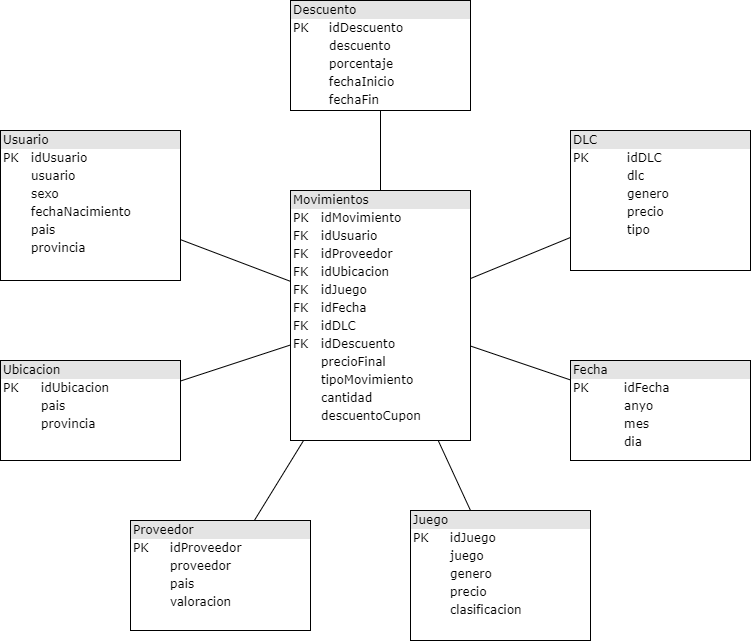
Above: Diagramas/BBDD estrella.png in alberto402/StumForYou (draw.io), before the change. Source tidied: cells renumbered, new cells last; positions are measured from the earlier drawing's top-left corner, leaving out a move shared by most shapes.
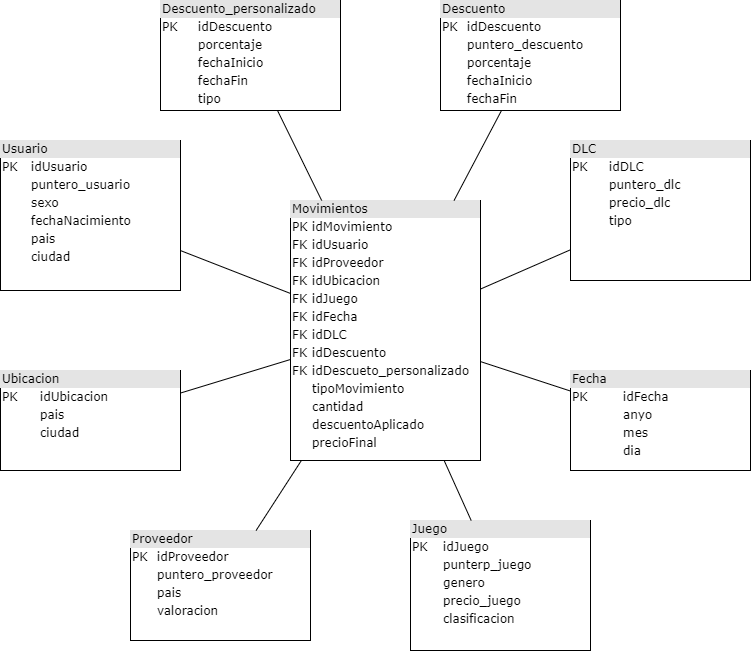
Above is the later version.

Commit message:
Diagrama estrella actualizado

The edit, as a diff of the source:
```diff
@@ -2,28 +2,28 @@
   <root>
     <mxCell id="0" />
     <mxCell id="1" parent="0" />
-    <mxCell id="2" value="&lt;div style=&quot;box-sizing: border-box ; width: 100% ; background: #e4e4e4 ; padding: 2px&quot;&gt;Usuario&lt;/div&gt;&lt;table style=&quot;width: 100% ; font-size: 1em&quot; cellpadding=&quot;2&quot; cellspacing=&quot;0&quot;&gt;&lt;tbody&gt;&lt;tr&gt;&lt;td&gt;PK&lt;/td&gt;&lt;td&gt;idUsuario&lt;/td&gt;&lt;/tr&gt;&lt;tr&gt;&lt;td&gt;&lt;/td&gt;&lt;td&gt;usuario&lt;/td&gt;&lt;/tr&gt;&lt;tr&gt;&lt;td&gt;&lt;br&gt;&lt;/td&gt;&lt;td&gt;sexo&lt;/td&gt;&lt;/tr&gt;&lt;tr&gt;&lt;td&gt;&lt;br&gt;&lt;/td&gt;&lt;td&gt;fechaNacimiento&lt;/td&gt;&lt;/tr&gt;&lt;tr&gt;&lt;td&gt;&lt;br&gt;&lt;/td&gt;&lt;td&gt;pais&lt;/td&gt;&lt;/tr&gt;&lt;tr&gt;&lt;td&gt;&lt;br&gt;&lt;/td&gt;&lt;td&gt;provincia&lt;/td&gt;&lt;/tr&gt;&lt;/tbody&gt;&lt;/table&gt;" style="verticalAlign=top;align=left;overflow=fill;html=1;rounded=0;shadow=0;comic=0;labelBackgroundColor=none;strokeWidth=1;fontFamily=Verdana;fontSize=12;" parent="1" vertex="1">
+    <mxCell id="2" value="&lt;div style=&quot;box-sizing: border-box ; width: 100% ; background: #e4e4e4 ; padding: 2px&quot;&gt;Usuario&lt;/div&gt;&lt;table style=&quot;width: 100% ; font-size: 1em&quot; cellpadding=&quot;2&quot; cellspacing=&quot;0&quot;&gt;&lt;tbody&gt;&lt;tr&gt;&lt;td&gt;PK&lt;/td&gt;&lt;td&gt;idUsuario&lt;/td&gt;&lt;/tr&gt;&lt;tr&gt;&lt;td&gt;&lt;/td&gt;&lt;td&gt;puntero_usuario&lt;/td&gt;&lt;/tr&gt;&lt;tr&gt;&lt;td&gt;&lt;br&gt;&lt;/td&gt;&lt;td&gt;sexo&lt;/td&gt;&lt;/tr&gt;&lt;tr&gt;&lt;td&gt;&lt;br&gt;&lt;/td&gt;&lt;td&gt;fechaNacimiento&lt;/td&gt;&lt;/tr&gt;&lt;tr&gt;&lt;td&gt;&lt;br&gt;&lt;/td&gt;&lt;td&gt;pais&lt;/td&gt;&lt;/tr&gt;&lt;tr&gt;&lt;td&gt;&lt;br&gt;&lt;/td&gt;&lt;td&gt;ciudad&lt;/td&gt;&lt;/tr&gt;&lt;/tbody&gt;&lt;/table&gt;" style="verticalAlign=top;align=left;overflow=fill;html=1;rounded=0;shadow=0;comic=0;labelBackgroundColor=none;strokeWidth=1;fontFamily=Verdana;fontSize=12;" parent="1" vertex="1">
       <mxGeometry y="130" width="180" height="150" as="geometry" />
     </mxCell>
-    <mxCell id="3" value="&lt;div style=&quot;box-sizing: border-box ; width: 100% ; background: #e4e4e4 ; padding: 2px&quot;&gt;Juego&lt;/div&gt;&lt;table style=&quot;width: 100% ; font-size: 1em&quot; cellpadding=&quot;2&quot; cellspacing=&quot;0&quot;&gt;&lt;tbody&gt;&lt;tr&gt;&lt;td&gt;PK&lt;/td&gt;&lt;td&gt;idJuego&lt;/td&gt;&lt;/tr&gt;&lt;tr&gt;&lt;td&gt;&lt;br&gt;&lt;/td&gt;&lt;td&gt;juego&lt;/td&gt;&lt;/tr&gt;&lt;tr&gt;&lt;td&gt;&lt;/td&gt;&lt;td&gt;genero&lt;/td&gt;&lt;/tr&gt;&lt;tr&gt;&lt;td&gt;&lt;br&gt;&lt;/td&gt;&lt;td&gt;precio&lt;/td&gt;&lt;/tr&gt;&lt;tr&gt;&lt;td&gt;&lt;br&gt;&lt;/td&gt;&lt;td&gt;clasificacion&lt;/td&gt;&lt;/tr&gt;&lt;tr&gt;&lt;td&gt;&lt;br&gt;&lt;/td&gt;&lt;td&gt;&lt;br&gt;&lt;/td&gt;&lt;/tr&gt;&lt;/tbody&gt;&lt;/table&gt;" style="verticalAlign=top;align=left;overflow=fill;html=1;rounded=0;shadow=0;comic=0;labelBackgroundColor=none;strokeWidth=1;fontFamily=Verdana;fontSize=12;" parent="1" vertex="1">
+    <mxCell id="3" value="&lt;div style=&quot;box-sizing: border-box ; width: 100% ; background: #e4e4e4 ; padding: 2px&quot;&gt;Juego&lt;/div&gt;&lt;table style=&quot;width: 100% ; font-size: 1em&quot; cellpadding=&quot;2&quot; cellspacing=&quot;0&quot;&gt;&lt;tbody&gt;&lt;tr&gt;&lt;td&gt;PK&lt;/td&gt;&lt;td&gt;idJuego&lt;/td&gt;&lt;/tr&gt;&lt;tr&gt;&lt;td&gt;&lt;br&gt;&lt;/td&gt;&lt;td&gt;punterp_juego&lt;/td&gt;&lt;/tr&gt;&lt;tr&gt;&lt;td&gt;&lt;/td&gt;&lt;td&gt;genero&lt;/td&gt;&lt;/tr&gt;&lt;tr&gt;&lt;td&gt;&lt;br&gt;&lt;/td&gt;&lt;td&gt;precio_juego&lt;/td&gt;&lt;/tr&gt;&lt;tr&gt;&lt;td&gt;&lt;br&gt;&lt;/td&gt;&lt;td&gt;clasificacion&lt;/td&gt;&lt;/tr&gt;&lt;tr&gt;&lt;td&gt;&lt;br&gt;&lt;/td&gt;&lt;td&gt;&lt;br&gt;&lt;/td&gt;&lt;/tr&gt;&lt;/tbody&gt;&lt;/table&gt;" style="verticalAlign=top;align=left;overflow=fill;html=1;rounded=0;shadow=0;comic=0;labelBackgroundColor=none;strokeWidth=1;fontFamily=Verdana;fontSize=12;" parent="1" vertex="1">
       <mxGeometry x="410" y="510" width="180" height="130" as="geometry" />
     </mxCell>
-    <mxCell id="4" value="&lt;div style=&quot;box-sizing: border-box ; width: 100% ; background: #e4e4e4 ; padding: 2px&quot;&gt;Proveedor&lt;/div&gt;&lt;table style=&quot;width: 100% ; font-size: 1em&quot; cellpadding=&quot;2&quot; cellspacing=&quot;0&quot;&gt;&lt;tbody&gt;&lt;tr&gt;&lt;td&gt;PK&lt;/td&gt;&lt;td&gt;idProveedor&lt;/td&gt;&lt;/tr&gt;&lt;tr&gt;&lt;td&gt;&lt;br&gt;&lt;/td&gt;&lt;td&gt;proveedor&lt;/td&gt;&lt;/tr&gt;&lt;tr&gt;&lt;td&gt;&lt;br&gt;&lt;/td&gt;&lt;td&gt;pais&lt;br&gt;&lt;/td&gt;&lt;/tr&gt;&lt;tr&gt;&lt;td&gt;&lt;/td&gt;&lt;td&gt;valoracion&lt;/td&gt;&lt;/tr&gt;&lt;/tbody&gt;&lt;/table&gt;" style="verticalAlign=top;align=left;overflow=fill;html=1;rounded=0;shadow=0;comic=0;labelBackgroundColor=none;strokeWidth=1;fontFamily=Verdana;fontSize=12;" parent="1" vertex="1">
+    <mxCell id="4" value="&lt;div style=&quot;box-sizing: border-box ; width: 100% ; background: #e4e4e4 ; padding: 2px&quot;&gt;Proveedor&lt;/div&gt;&lt;table style=&quot;width: 100% ; font-size: 1em&quot; cellpadding=&quot;2&quot; cellspacing=&quot;0&quot;&gt;&lt;tbody&gt;&lt;tr&gt;&lt;td&gt;PK&lt;/td&gt;&lt;td&gt;idProveedor&lt;/td&gt;&lt;/tr&gt;&lt;tr&gt;&lt;td&gt;&lt;br&gt;&lt;/td&gt;&lt;td&gt;puntero_proveedor&lt;/td&gt;&lt;/tr&gt;&lt;tr&gt;&lt;td&gt;&lt;br&gt;&lt;/td&gt;&lt;td&gt;pais&lt;br&gt;&lt;/td&gt;&lt;/tr&gt;&lt;tr&gt;&lt;td&gt;&lt;/td&gt;&lt;td&gt;valoracion&lt;/td&gt;&lt;/tr&gt;&lt;/tbody&gt;&lt;/table&gt;" style="verticalAlign=top;align=left;overflow=fill;html=1;rounded=0;shadow=0;comic=0;labelBackgroundColor=none;strokeWidth=1;fontFamily=Verdana;fontSize=12;" parent="1" vertex="1">
       <mxGeometry x="130" y="520" width="180" height="110" as="geometry" />
     </mxCell>
-    <mxCell id="5" value="&lt;div style=&quot;box-sizing: border-box ; width: 100% ; background: #e4e4e4 ; padding: 2px&quot;&gt;Movimientos&lt;/div&gt;&lt;table style=&quot;width: 100% ; font-size: 1em&quot; cellpadding=&quot;2&quot; cellspacing=&quot;0&quot;&gt;&lt;tbody&gt;&lt;tr&gt;&lt;td&gt;PK&lt;/td&gt;&lt;td&gt;idMovimiento&lt;/td&gt;&lt;/tr&gt;&lt;tr&gt;&lt;td&gt;FK&lt;/td&gt;&lt;td&gt;idUsuario&lt;br&gt;&lt;/td&gt;&lt;/tr&gt;&lt;tr&gt;&lt;td&gt;FK&lt;/td&gt;&lt;td&gt;idProveedor&lt;/td&gt;&lt;/tr&gt;&lt;tr&gt;&lt;td&gt;FK&lt;br&gt;&lt;/td&gt;&lt;td&gt;idUbicacion&lt;br&gt;&lt;/td&gt;&lt;/tr&gt;&lt;tr&gt;&lt;td&gt;FK&lt;br&gt;&lt;/td&gt;&lt;td&gt;idJuego&lt;br&gt;&lt;/td&gt;&lt;/tr&gt;&lt;tr&gt;&lt;td&gt;FK&lt;br&gt;&lt;/td&gt;&lt;td&gt;idFecha&lt;/td&gt;&lt;/tr&gt;&lt;tr&gt;&lt;td&gt;FK&lt;br&gt;&lt;/td&gt;&lt;td&gt;idDLC&lt;/td&gt;&lt;/tr&gt;&lt;tr&gt;&lt;td&gt;FK&lt;br&gt;&lt;/td&gt;&lt;td&gt;idDescuento&lt;/td&gt;&lt;/tr&gt;&lt;tr&gt;&lt;td&gt;&lt;br&gt;&lt;/td&gt;&lt;td&gt;precioFinal&lt;br&gt;&lt;/td&gt;&lt;/tr&gt;&lt;tr&gt;&lt;td&gt;&lt;br&gt;&lt;/td&gt;&lt;td&gt;tipoMovimiento&lt;/td&gt;&lt;/tr&gt;&lt;tr&gt;&lt;td&gt;&lt;br&gt;&lt;/td&gt;&lt;td&gt;cantidad&lt;/td&gt;&lt;/tr&gt;&lt;tr&gt;&lt;td&gt;&lt;br&gt;&lt;/td&gt;&lt;td&gt;descuentoCupon&lt;br&gt;&lt;/td&gt;&lt;/tr&gt;&lt;/tbody&gt;&lt;/table&gt;" style="verticalAlign=top;align=left;overflow=fill;html=1;rounded=0;shadow=0;comic=0;labelBackgroundColor=none;strokeWidth=1;fontFamily=Verdana;fontSize=12;" parent="1" vertex="1">
-      <mxGeometry x="290" y="190" width="180" height="250" as="geometry" />
+    <mxCell id="5" value="&lt;div style=&quot;box-sizing: border-box ; width: 100% ; background: #e4e4e4 ; padding: 2px&quot;&gt;Movimientos&lt;/div&gt;&lt;table style=&quot;width: 100% ; font-size: 1em&quot; cellpadding=&quot;2&quot; cellspacing=&quot;0&quot;&gt;&lt;tbody&gt;&lt;tr&gt;&lt;td&gt;PK&lt;/td&gt;&lt;td&gt;idMovimiento&lt;/td&gt;&lt;/tr&gt;&lt;tr&gt;&lt;td&gt;FK&lt;/td&gt;&lt;td&gt;idUsuario&lt;br&gt;&lt;/td&gt;&lt;/tr&gt;&lt;tr&gt;&lt;td&gt;FK&lt;/td&gt;&lt;td&gt;idProveedor&lt;/td&gt;&lt;/tr&gt;&lt;tr&gt;&lt;td&gt;FK&lt;br&gt;&lt;/td&gt;&lt;td&gt;idUbicacion&lt;br&gt;&lt;/td&gt;&lt;/tr&gt;&lt;tr&gt;&lt;td&gt;FK&lt;br&gt;&lt;/td&gt;&lt;td&gt;idJuego&lt;br&gt;&lt;/td&gt;&lt;/tr&gt;&lt;tr&gt;&lt;td&gt;FK&lt;br&gt;&lt;/td&gt;&lt;td&gt;idFecha&lt;/td&gt;&lt;/tr&gt;&lt;tr&gt;&lt;td&gt;FK&lt;br&gt;&lt;/td&gt;&lt;td&gt;idDLC&lt;/td&gt;&lt;/tr&gt;&lt;tr&gt;&lt;td&gt;FK&lt;br&gt;&lt;/td&gt;&lt;td&gt;idDescuento&lt;/td&gt;&lt;/tr&gt;&lt;tr&gt;&lt;td&gt;FK&lt;/td&gt;&lt;td&gt;idDescueto_personalizado&amp;nbsp;&lt;br&gt;&lt;/td&gt;&lt;/tr&gt;&lt;tr&gt;&lt;td&gt;&lt;br&gt;&lt;/td&gt;&lt;td&gt;tipoMovimiento&lt;/td&gt;&lt;/tr&gt;&lt;tr&gt;&lt;td&gt;&lt;br&gt;&lt;/td&gt;&lt;td&gt;cantidad&lt;/td&gt;&lt;/tr&gt;&lt;tr&gt;&lt;td&gt;&lt;br&gt;&lt;/td&gt;&lt;td&gt;descuentoAplicado&lt;br&gt;&lt;/td&gt;&lt;/tr&gt;&lt;tr&gt;&lt;td&gt;&lt;br&gt;&lt;/td&gt;&lt;td&gt;precioFinal&lt;br&gt;&lt;/td&gt;&lt;/tr&gt;&lt;/tbody&gt;&lt;/table&gt;" style="verticalAlign=top;align=left;overflow=fill;html=1;rounded=0;shadow=0;comic=0;labelBackgroundColor=none;strokeWidth=1;fontFamily=Verdana;fontSize=12;" parent="1" vertex="1">
+      <mxGeometry x="290" y="190" width="190" height="260" as="geometry" />
     </mxCell>
     <mxCell id="6" value="&lt;div style=&quot;box-sizing: border-box ; width: 100% ; background: #e4e4e4 ; padding: 2px&quot;&gt;Fecha&lt;/div&gt;&lt;table style=&quot;width: 100% ; font-size: 1em&quot; cellpadding=&quot;2&quot; cellspacing=&quot;0&quot;&gt;&lt;tbody&gt;&lt;tr&gt;&lt;td&gt;PK&lt;/td&gt;&lt;td&gt;idFecha&lt;/td&gt;&lt;/tr&gt;&lt;tr&gt;&lt;td&gt;&lt;br&gt;&lt;/td&gt;&lt;td&gt;anyo&lt;/td&gt;&lt;/tr&gt;&lt;tr&gt;&lt;td&gt;&lt;br&gt;&lt;/td&gt;&lt;td&gt;mes&lt;/td&gt;&lt;/tr&gt;&lt;tr&gt;&lt;td&gt;&lt;br&gt;&lt;/td&gt;&lt;td&gt;dia&lt;/td&gt;&lt;/tr&gt;&lt;/tbody&gt;&lt;/table&gt;" style="verticalAlign=top;align=left;overflow=fill;html=1;rounded=0;shadow=0;comic=0;labelBackgroundColor=none;strokeWidth=1;fontFamily=Verdana;fontSize=12;" parent="1" vertex="1">
       <mxGeometry x="570" y="360" width="180" height="100" as="geometry" />
     </mxCell>
-    <mxCell id="7" value="&lt;div style=&quot;box-sizing: border-box ; width: 100% ; background: #e4e4e4 ; padding: 2px&quot;&gt;DLC&lt;/div&gt;&lt;table style=&quot;width: 100% ; font-size: 1em&quot; cellpadding=&quot;2&quot; cellspacing=&quot;0&quot;&gt;&lt;tbody&gt;&lt;tr&gt;&lt;td&gt;PK&lt;/td&gt;&lt;td&gt;idDLC&lt;/td&gt;&lt;/tr&gt;&lt;tr&gt;&lt;td&gt;&lt;br&gt;&lt;/td&gt;&lt;td&gt;dlc&lt;/td&gt;&lt;/tr&gt;&lt;tr&gt;&lt;td&gt;&lt;/td&gt;&lt;td&gt;genero&lt;/td&gt;&lt;/tr&gt;&lt;tr&gt;&lt;td&gt;&lt;br&gt;&lt;/td&gt;&lt;td&gt;precio&lt;/td&gt;&lt;/tr&gt;&lt;tr&gt;&lt;td&gt;&lt;br&gt;&lt;/td&gt;&lt;td&gt;tipo&lt;/td&gt;&lt;/tr&gt;&lt;/tbody&gt;&lt;/table&gt;" style="verticalAlign=top;align=left;overflow=fill;html=1;rounded=0;shadow=0;comic=0;labelBackgroundColor=none;strokeWidth=1;fontFamily=Verdana;fontSize=12;" parent="1" vertex="1">
+    <mxCell id="7" value="&lt;div style=&quot;box-sizing: border-box ; width: 100% ; background: #e4e4e4 ; padding: 2px&quot;&gt;DLC&lt;/div&gt;&lt;table style=&quot;width: 100% ; font-size: 1em&quot; cellpadding=&quot;2&quot; cellspacing=&quot;0&quot;&gt;&lt;tbody&gt;&lt;tr&gt;&lt;td&gt;PK&lt;/td&gt;&lt;td&gt;idDLC&lt;/td&gt;&lt;/tr&gt;&lt;tr&gt;&lt;td&gt;&lt;br&gt;&lt;/td&gt;&lt;td&gt;puntero_dlc&lt;/td&gt;&lt;/tr&gt;&lt;tr&gt;&lt;td&gt;&lt;/td&gt;&lt;td&gt;precio_dlc&lt;/td&gt;&lt;/tr&gt;&lt;tr&gt;&lt;td&gt;&lt;br&gt;&lt;/td&gt;&lt;td&gt;tipo&lt;/td&gt;&lt;/tr&gt;&lt;tr&gt;&lt;td&gt;&lt;br&gt;&lt;/td&gt;&lt;td&gt;&lt;br&gt;&lt;/td&gt;&lt;/tr&gt;&lt;/tbody&gt;&lt;/table&gt;" style="verticalAlign=top;align=left;overflow=fill;html=1;rounded=0;shadow=0;comic=0;labelBackgroundColor=none;strokeWidth=1;fontFamily=Verdana;fontSize=12;" parent="1" vertex="1">
       <mxGeometry x="570" y="130" width="180" height="140" as="geometry" />
     </mxCell>
-    <mxCell id="8" value="&lt;div style=&quot;box-sizing: border-box ; width: 100% ; background: #e4e4e4 ; padding: 2px&quot;&gt;Descuento&lt;/div&gt;&lt;table style=&quot;width: 100% ; font-size: 1em&quot; cellpadding=&quot;2&quot; cellspacing=&quot;0&quot;&gt;&lt;tbody&gt;&lt;tr&gt;&lt;td&gt;PK&lt;/td&gt;&lt;td&gt;idDescuento&lt;/td&gt;&lt;/tr&gt;&lt;tr&gt;&lt;td&gt;&lt;br&gt;&lt;/td&gt;&lt;td&gt;descuento&lt;/td&gt;&lt;/tr&gt;&lt;tr&gt;&lt;td&gt;&lt;br&gt;&lt;/td&gt;&lt;td&gt;porcentaje&lt;/td&gt;&lt;/tr&gt;&lt;tr&gt;&lt;td&gt;&lt;br&gt;&lt;/td&gt;&lt;td&gt;fechaInicio&lt;/td&gt;&lt;/tr&gt;&lt;tr&gt;&lt;td&gt;&lt;br&gt;&lt;/td&gt;&lt;td&gt;fechaFin&lt;/td&gt;&lt;/tr&gt;&lt;/tbody&gt;&lt;/table&gt;" style="verticalAlign=top;align=left;overflow=fill;html=1;rounded=0;shadow=0;comic=0;labelBackgroundColor=none;strokeWidth=1;fontFamily=Verdana;fontSize=12;" parent="1" vertex="1">
-      <mxGeometry x="290" width="180" height="110" as="geometry" />
+    <mxCell id="8" value="&lt;div style=&quot;box-sizing: border-box ; width: 100% ; background: #e4e4e4 ; padding: 2px&quot;&gt;Descuento&lt;/div&gt;&lt;table style=&quot;width: 100% ; font-size: 1em&quot; cellpadding=&quot;2&quot; cellspacing=&quot;0&quot;&gt;&lt;tbody&gt;&lt;tr&gt;&lt;td&gt;PK&lt;/td&gt;&lt;td&gt;idDescuento&lt;/td&gt;&lt;/tr&gt;&lt;tr&gt;&lt;td&gt;&lt;br&gt;&lt;/td&gt;&lt;td&gt;puntero_descuento&lt;/td&gt;&lt;/tr&gt;&lt;tr&gt;&lt;td&gt;&lt;br&gt;&lt;/td&gt;&lt;td&gt;porcentaje&lt;/td&gt;&lt;/tr&gt;&lt;tr&gt;&lt;td&gt;&lt;br&gt;&lt;/td&gt;&lt;td&gt;fechaInicio&lt;/td&gt;&lt;/tr&gt;&lt;tr&gt;&lt;td&gt;&lt;br&gt;&lt;/td&gt;&lt;td&gt;fechaFin&lt;/td&gt;&lt;/tr&gt;&lt;/tbody&gt;&lt;/table&gt;" style="verticalAlign=top;align=left;overflow=fill;html=1;rounded=0;shadow=0;comic=0;labelBackgroundColor=none;strokeWidth=1;fontFamily=Verdana;fontSize=12;" parent="1" vertex="1">
+      <mxGeometry x="440" y="-10" width="180" height="110" as="geometry" />
     </mxCell>
-    <mxCell id="9" value="&lt;div style=&quot;box-sizing: border-box ; width: 100% ; background: #e4e4e4 ; padding: 2px&quot;&gt;Ubicacion&lt;/div&gt;&lt;table style=&quot;width: 100% ; font-size: 1em&quot; cellpadding=&quot;2&quot; cellspacing=&quot;0&quot;&gt;&lt;tbody&gt;&lt;tr&gt;&lt;td&gt;PK&lt;/td&gt;&lt;td&gt;idUbicacion&lt;/td&gt;&lt;/tr&gt;&lt;tr&gt;&lt;td&gt;&lt;br&gt;&lt;/td&gt;&lt;td&gt;pais&lt;br&gt;&lt;/td&gt;&lt;/tr&gt;&lt;tr&gt;&lt;td&gt;&lt;/td&gt;&lt;td&gt;provincia&lt;/td&gt;&lt;/tr&gt;&lt;/tbody&gt;&lt;/table&gt;" style="verticalAlign=top;align=left;overflow=fill;html=1;rounded=0;shadow=0;comic=0;labelBackgroundColor=none;strokeWidth=1;fontFamily=Verdana;fontSize=12;" parent="1" vertex="1">
+    <mxCell id="9" value="&lt;div style=&quot;box-sizing: border-box ; width: 100% ; background: #e4e4e4 ; padding: 2px&quot;&gt;Ubicacion&lt;/div&gt;&lt;table style=&quot;width: 100% ; font-size: 1em&quot; cellpadding=&quot;2&quot; cellspacing=&quot;0&quot;&gt;&lt;tbody&gt;&lt;tr&gt;&lt;td&gt;PK&lt;/td&gt;&lt;td&gt;idUbicacion&lt;/td&gt;&lt;/tr&gt;&lt;tr&gt;&lt;td&gt;&lt;br&gt;&lt;/td&gt;&lt;td&gt;pais&lt;br&gt;&lt;/td&gt;&lt;/tr&gt;&lt;tr&gt;&lt;td&gt;&lt;/td&gt;&lt;td&gt;ciudad&lt;br&gt;&lt;/td&gt;&lt;/tr&gt;&lt;/tbody&gt;&lt;/table&gt;" style="verticalAlign=top;align=left;overflow=fill;html=1;rounded=0;shadow=0;comic=0;labelBackgroundColor=none;strokeWidth=1;fontFamily=Verdana;fontSize=12;" parent="1" vertex="1">
       <mxGeometry y="360" width="180" height="100" as="geometry" />
     </mxCell>
     <mxCell id="10" style="endArrow=none;html=1;" parent="1" edge="1" source="2" target="5">
@@ -47,5 +47,14 @@
     <mxCell id="16" style="endArrow=none;html=1;" parent="1" edge="1" source="5" target="8">
       <mxGeometry relative="1" as="geometry" />
     </mxCell>
+    <mxCell id="17" value="&lt;div style=&quot;box-sizing: border-box ; width: 100% ; background: #e4e4e4 ; padding: 2px&quot;&gt;Descuento_personalizado&lt;/div&gt;&lt;table style=&quot;width: 100% ; font-size: 1em&quot; cellpadding=&quot;2&quot; cellspacing=&quot;0&quot;&gt;&lt;tbody&gt;&lt;tr&gt;&lt;td&gt;PK&lt;/td&gt;&lt;td&gt;idDescuento&lt;/td&gt;&lt;/tr&gt;&lt;tr&gt;&lt;td&gt;&lt;br&gt;&lt;/td&gt;&lt;td&gt;porcentaje&lt;br&gt;&lt;/td&gt;&lt;/tr&gt;&lt;tr&gt;&lt;td&gt;&lt;br&gt;&lt;/td&gt;&lt;td&gt;fechaInicio&lt;br&gt;&lt;/td&gt;&lt;/tr&gt;&lt;tr&gt;&lt;td&gt;&lt;br&gt;&lt;/td&gt;&lt;td&gt;fechaFin&lt;br&gt;&lt;/td&gt;&lt;/tr&gt;&lt;tr&gt;&lt;td&gt;&lt;br&gt;&lt;/td&gt;&lt;td&gt;tipo&lt;/td&gt;&lt;/tr&gt;&lt;tr&gt;&lt;td&gt;&lt;br&gt;&lt;/td&gt;&lt;td&gt;&lt;br&gt;&lt;/td&gt;&lt;/tr&gt;&lt;tr&gt;&lt;td&gt;&lt;br&gt;&lt;/td&gt;&lt;td&gt;&lt;br&gt;&lt;/td&gt;&lt;/tr&gt;&lt;tr&gt;&lt;td&gt;&lt;br&gt;&lt;/td&gt;&lt;td&gt;&lt;br&gt;&lt;/td&gt;&lt;/tr&gt;&lt;tr&gt;&lt;td&gt;&lt;br&gt;&lt;/td&gt;&lt;td&gt;&lt;br&gt;&lt;/td&gt;&lt;/tr&gt;&lt;/tbody&gt;&lt;/table&gt;" style="verticalAlign=top;align=left;overflow=fill;html=1;rounded=0;shadow=0;comic=0;labelBackgroundColor=none;strokeWidth=1;fontFamily=Verdana;fontSize=12;" parent="1" vertex="1">
+      <mxGeometry x="160" y="-10" width="180" height="110" as="geometry" />
+    </mxCell>
+    <mxCell id="18" style="endArrow=none;html=1;" parent="1" edge="1" source="5" target="17">
+      <mxGeometry relative="1" as="geometry" />
+    </mxCell>
+    <mxCell id="19" style="edgeStyle=orthogonalEdgeStyle;rounded=0;orthogonalLoop=1;jettySize=auto;html=1;exitX=0.5;exitY=1;exitDx=0;exitDy=0;" parent="1" edge="1" source="5" target="5">
+      <mxGeometry relative="1" as="geometry" />
+    </mxCell>
   </root>
 </mxGraphModel>
```
